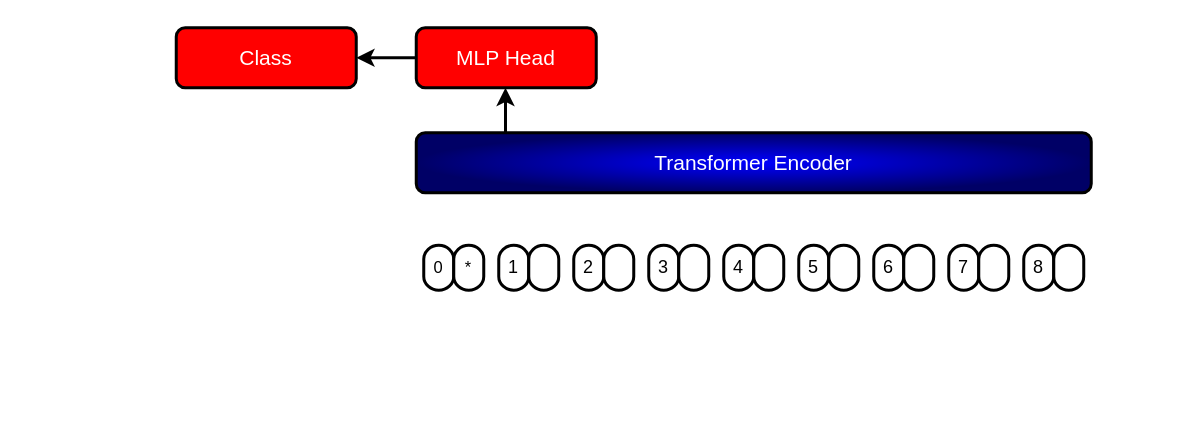
The draw.io diagram Microsopic Fungi.drawio in a3X3k/-Random-, before the edit. Source tidied: cells renumbered, new cells numbered last; positions are measured from the earlier drawing's top-left corner, leaving out a move shared by most shapes. Both pictures are drawn from the tidied source at 150%, with x=0, y=0 at pixel (176, 27).
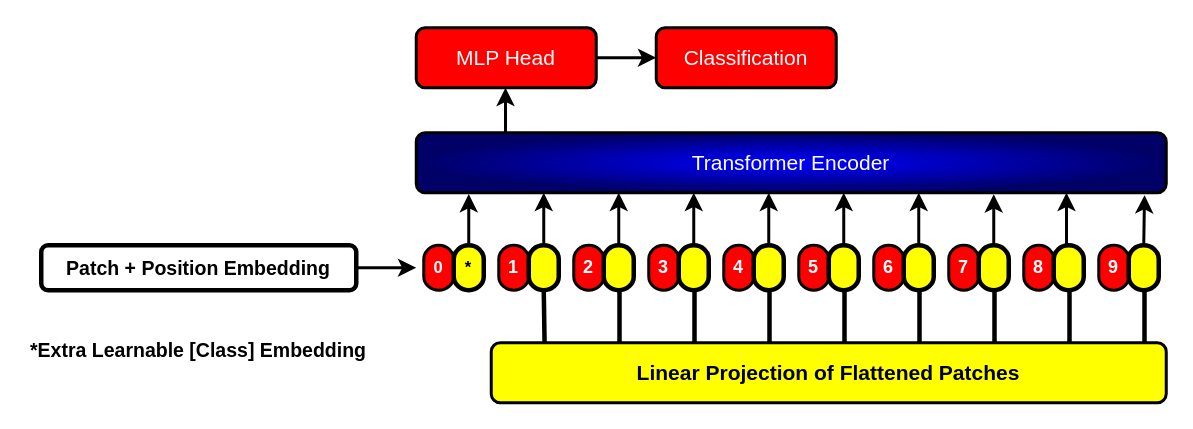
The same diagram, later.

Unchanged cells that the change refers to:
```xml
<mxCell id="5" value="MLP Head" style="rounded=1;whiteSpace=wrap;html=1;strokeWidth=2;fillColor=#FF0000;fontSize=14;glass=0;shadow=0;perimeterSpacing=0;fontColor=#FFFFFF;gradientColor=#FF0000;gradientDirection=radial;fontStyle=0;" parent="1" vertex="1">
  <mxGeometry x="160" width="120" height="40" as="geometry" />
</mxCell>
```

What changed in the source:
```diff
@@
     <mxCell id="2" value="Transformer Encoder" style="rounded=1;whiteSpace=wrap;html=1;strokeWidth=2;fillColor=#0000FF;fontSize=14;glass=0;shadow=0;perimeterSpacing=0;fontColor=#FFFFFF;gradientColor=#000066;gradientDirection=radial;fontStyle=0;" parent="1" vertex="1">
-      <mxGeometry x="160" y="70" width="450" height="40" as="geometry" />
+      <mxGeometry x="160" y="70" width="500" height="40" as="geometry" />
     </mxCell>
@@
-    <mxCell id="4" style="edgeStyle=orthogonalEdgeStyle;rounded=0;jettySize=auto;html=1;exitX=0;exitY=0.5;exitDx=0;exitDy=0;strokeWidth=2;" parent="1" edge="1" source="5">
-      <mxGeometry relative="1" as="geometry">
-        <mxPoint x="120" y="20" as="targetPoint" />
-      </mxGeometry>
-    </mxCell>
+    <mxCell id="25" style="edgeStyle=orthogonalEdgeStyle;rounded=0;jettySize=auto;html=1;exitX=1;exitY=0.5;exitDx=0;exitDy=0;strokeWidth=2;" parent="1" edge="1" source="5" target="6">
+      <mxGeometry relative="1" as="geometry" />
+    </mxCell>
@@
-    <mxCell id="6" value="Class" style="rounded=1;whiteSpace=wrap;html=1;strokeWidth=2;fillColor=#FF0000;fontSize=14;glass=0;shadow=0;perimeterSpacing=0;fontColor=#FFFFFF;gradientColor=none;gradientDirection=radial;fontStyle=0;" parent="1" vertex="1">
-      <mxGeometry width="120" height="40" as="geometry" />
+    <mxCell id="6" value="Classification" style="rounded=1;whiteSpace=wrap;html=1;strokeWidth=2;fillColor=#FF0000;fontSize=14;glass=0;shadow=0;perimeterSpacing=0;fontColor=#FFFFFF;gradientColor=none;gradientDirection=radial;fontStyle=0;" parent="1" vertex="1">
+      <mxGeometry x="320" width="120" height="40" as="geometry" />
     </mxCell>
-    <mxCell id="7" value="0" style="strokeWidth=2;html=1;shape=mxgraph.flowchart.terminator;whiteSpace=wrap;textDirection=ltr;horizontal=0;rotation=90;fontSize=11;" parent="1" vertex="1">
+    <mxCell id="7" value="0" style="strokeWidth=2;html=1;shape=mxgraph.flowchart.terminator;whiteSpace=wrap;textDirection=ltr;horizontal=0;rotation=90;fontSize=11;fillColor=#FF0000;fontColor=#FFFFFF;fontStyle=1;" parent="1" vertex="1">
       <mxGeometry x="160" y="150" width="30" height="20" as="geometry" />
     </mxCell>
-    <mxCell id="8" value="*" style="strokeWidth=2;html=1;shape=mxgraph.flowchart.terminator;whiteSpace=wrap;textDirection=ltr;horizontal=0;rotation=90;fontSize=11;" parent="1" vertex="1">
+    <mxCell id="8" value="*" style="strokeWidth=3;html=1;shape=mxgraph.flowchart.terminator;whiteSpace=wrap;textDirection=ltr;horizontal=0;rotation=90;fontSize=11;fillColor=#FFFF00;fontStyle=1;" parent="1" vertex="1">
       <mxGeometry x="180" y="150" width="30" height="20" as="geometry" />
     </mxCell>
-    <mxCell id="9" value="2" style="strokeWidth=2;html=1;shape=mxgraph.flowchart.terminator;whiteSpace=wrap;textDirection=ltr;horizontal=0;rotation=90;" parent="1" vertex="1">
+    <mxCell id="9" value="2" style="strokeWidth=2;html=1;shape=mxgraph.flowchart.terminator;whiteSpace=wrap;textDirection=ltr;horizontal=0;rotation=90;fillColor=#FF0000;fontColor=#FFFFFF;fontStyle=1;" parent="1" vertex="1">
       <mxGeometry x="260" y="150" width="30" height="20" as="geometry" />
     </mxCell>
-    <mxCell id="10" style="strokeWidth=2;html=1;shape=mxgraph.flowchart.terminator;whiteSpace=wrap;textDirection=ltr;horizontal=0;rotation=90;" parent="1" vertex="1">
+    <mxCell id="10" style="strokeWidth=3;html=1;shape=mxgraph.flowchart.terminator;whiteSpace=wrap;textDirection=ltr;horizontal=0;rotation=90;fillColor=#FFFF00;fontStyle=1;" parent="1" vertex="1">
       <mxGeometry x="280" y="150" width="30" height="20" as="geometry" />
     </mxCell>
-    <mxCell id="11" value="3" style="strokeWidth=2;html=1;shape=mxgraph.flowchart.terminator;whiteSpace=wrap;textDirection=ltr;horizontal=0;rotation=90;" parent="1" vertex="1">
+    <mxCell id="11" value="3" style="strokeWidth=2;html=1;shape=mxgraph.flowchart.terminator;whiteSpace=wrap;textDirection=ltr;horizontal=0;rotation=90;fillColor=#FF0000;fontColor=#FFFFFF;fontStyle=1;" parent="1" vertex="1">
       <mxGeometry x="310" y="150" width="30" height="20" as="geometry" />
     </mxCell>
-    <mxCell id="12" style="strokeWidth=2;html=1;shape=mxgraph.flowchart.terminator;whiteSpace=wrap;textDirection=ltr;horizontal=0;rotation=90;" parent="1" vertex="1">
+    <mxCell id="12" style="strokeWidth=3;html=1;shape=mxgraph.flowchart.terminator;whiteSpace=wrap;textDirection=ltr;horizontal=0;rotation=90;fillColor=#FFFF00;fontStyle=1;" parent="1" vertex="1">
       <mxGeometry x="330" y="150" width="30" height="20" as="geometry" />
     </mxCell>
-    <mxCell id="13" value="1" style="strokeWidth=2;html=1;shape=mxgraph.flowchart.terminator;whiteSpace=wrap;textDirection=ltr;horizontal=0;rotation=90;" parent="1" vertex="1">
+    <mxCell id="13" value="1" style="strokeWidth=2;html=1;shape=mxgraph.flowchart.terminator;whiteSpace=wrap;textDirection=ltr;horizontal=0;rotation=90;fillColor=#FF0000;fontColor=#FFFFFF;fontStyle=1;" parent="1" vertex="1">
       <mxGeometry x="210" y="150" width="30" height="20" as="geometry" />
     </mxCell>
-    <mxCell id="14" style="strokeWidth=2;html=1;shape=mxgraph.flowchart.terminator;whiteSpace=wrap;textDirection=ltr;horizontal=0;rotation=90;" parent="1" vertex="1">
+    <mxCell id="14" style="strokeWidth=3;html=1;shape=mxgraph.flowchart.terminator;whiteSpace=wrap;textDirection=ltr;horizontal=0;rotation=90;fillColor=#FFFF00;fontStyle=1;" parent="1" vertex="1">
       <mxGeometry x="230" y="150" width="30" height="20" as="geometry" />
     </mxCell>
-    <mxCell id="15" value="4" style="strokeWidth=2;html=1;shape=mxgraph.flowchart.terminator;whiteSpace=wrap;textDirection=ltr;horizontal=0;rotation=90;" parent="1" vertex="1">
+    <mxCell id="15" value="4" style="strokeWidth=2;html=1;shape=mxgraph.flowchart.terminator;whiteSpace=wrap;textDirection=ltr;horizontal=0;rotation=90;fillColor=#FF0000;fontColor=#FFFFFF;fontStyle=1;" parent="1" vertex="1">
       <mxGeometry x="360" y="150" width="30" height="20" as="geometry" />
     </mxCell>
-    <mxCell id="16" style="strokeWidth=2;html=1;shape=mxgraph.flowchart.terminator;whiteSpace=wrap;textDirection=ltr;horizontal=0;rotation=90;" parent="1" vertex="1">
+    <mxCell id="16" style="strokeWidth=3;html=1;shape=mxgraph.flowchart.terminator;whiteSpace=wrap;textDirection=ltr;horizontal=0;rotation=90;fillColor=#FFFF00;fontStyle=1;" parent="1" vertex="1">
       <mxGeometry x="380" y="150" width="30" height="20" as="geometry" />
     </mxCell>
-    <mxCell id="17" value="6" style="strokeWidth=2;html=1;shape=mxgraph.flowchart.terminator;whiteSpace=wrap;textDirection=ltr;horizontal=0;rotation=90;" parent="1" vertex="1">
+    <mxCell id="17" value="6" style="strokeWidth=2;html=1;shape=mxgraph.flowchart.terminator;whiteSpace=wrap;textDirection=ltr;horizontal=0;rotation=90;fillColor=#FF0000;fontColor=#FFFFFF;fontStyle=1;" parent="1" vertex="1">
       <mxGeometry x="460" y="150" width="30" height="20" as="geometry" />
     </mxCell>
-    <mxCell id="18" style="strokeWidth=2;html=1;shape=mxgraph.flowchart.terminator;whiteSpace=wrap;textDirection=ltr;horizontal=0;rotation=90;" parent="1" vertex="1">
+    <mxCell id="18" style="strokeWidth=3;html=1;shape=mxgraph.flowchart.terminator;whiteSpace=wrap;textDirection=ltr;horizontal=0;rotation=90;fillColor=#FFFF00;fontStyle=1;" parent="1" vertex="1">
       <mxGeometry x="480" y="150" width="30" height="20" as="geometry" />
     </mxCell>
-    <mxCell id="19" value="7" style="strokeWidth=2;html=1;shape=mxgraph.flowchart.terminator;whiteSpace=wrap;textDirection=ltr;horizontal=0;rotation=90;" parent="1" vertex="1">
+    <mxCell id="19" value="7" style="strokeWidth=2;html=1;shape=mxgraph.flowchart.terminator;whiteSpace=wrap;textDirection=ltr;horizontal=0;rotation=90;fillColor=#FF0000;fontColor=#FFFFFF;fontStyle=1;" parent="1" vertex="1">
       <mxGeometry x="510" y="150" width="30" height="20" as="geometry" />
     </mxCell>
-    <mxCell id="20" style="strokeWidth=2;html=1;shape=mxgraph.flowchart.terminator;whiteSpace=wrap;textDirection=ltr;horizontal=0;rotation=90;" parent="1" vertex="1">
+    <mxCell id="20" style="strokeWidth=3;html=1;shape=mxgraph.flowchart.terminator;whiteSpace=wrap;textDirection=ltr;horizontal=0;rotation=90;fillColor=#FFFF00;fontStyle=1;" parent="1" vertex="1">
       <mxGeometry x="530" y="150" width="30" height="20" as="geometry" />
     </mxCell>
-    <mxCell id="21" value="5" style="strokeWidth=2;html=1;shape=mxgraph.flowchart.terminator;whiteSpace=wrap;textDirection=ltr;horizontal=0;rotation=90;" parent="1" vertex="1">
+    <mxCell id="21" value="5" style="strokeWidth=2;html=1;shape=mxgraph.flowchart.terminator;whiteSpace=wrap;textDirection=ltr;horizontal=0;rotation=90;fillColor=#FF0000;fontColor=#FFFFFF;fontStyle=1;" parent="1" vertex="1">
       <mxGeometry x="410" y="150" width="30" height="20" as="geometry" />
     </mxCell>
-    <mxCell id="22" style="strokeWidth=2;html=1;shape=mxgraph.flowchart.terminator;whiteSpace=wrap;textDirection=ltr;horizontal=0;rotation=90;" parent="1" vertex="1">
+    <mxCell id="22" style="strokeWidth=3;html=1;shape=mxgraph.flowchart.terminator;whiteSpace=wrap;textDirection=ltr;horizontal=0;rotation=90;fillColor=#FFFF00;fontStyle=1;" parent="1" vertex="1">
       <mxGeometry x="430" y="150" width="30" height="20" as="geometry" />
     </mxCell>
-    <mxCell id="23" value="8" style="strokeWidth=2;html=1;shape=mxgraph.flowchart.terminator;whiteSpace=wrap;textDirection=ltr;horizontal=0;rotation=90;" parent="1" vertex="1">
+    <mxCell id="23" value="8" style="strokeWidth=2;html=1;shape=mxgraph.flowchart.terminator;whiteSpace=wrap;textDirection=ltr;horizontal=0;rotation=90;fillColor=#FF0000;fontColor=#FFFFFF;fontStyle=1;" parent="1" vertex="1">
       <mxGeometry x="560" y="150" width="30" height="20" as="geometry" />
     </mxCell>
-    <mxCell id="24" style="strokeWidth=2;html=1;shape=mxgraph.flowchart.terminator;whiteSpace=wrap;textDirection=ltr;horizontal=0;rotation=90;" parent="1" vertex="1">
+    <mxCell id="24" style="strokeWidth=3;html=1;shape=mxgraph.flowchart.terminator;whiteSpace=wrap;textDirection=ltr;horizontal=0;rotation=90;fillColor=#FFFF00;fontStyle=1;" parent="1" vertex="1">
       <mxGeometry x="580" y="150" width="30" height="20" as="geometry" />
     </mxCell>
+    <mxCell id="26" value="9" style="strokeWidth=2;html=1;shape=mxgraph.flowchart.terminator;whiteSpace=wrap;textDirection=ltr;horizontal=0;rotation=90;fillColor=#FF0000;fontColor=#FFFFFF;fontStyle=1;" parent="1" vertex="1">
+      <mxGeometry x="610" y="150" width="30" height="20" as="geometry" />
+    </mxCell>
+    <mxCell id="27" style="strokeWidth=3;html=1;shape=mxgraph.flowchart.terminator;whiteSpace=wrap;textDirection=ltr;horizontal=0;rotation=90;fillColor=#FFFF00;fontStyle=1;" parent="1" vertex="1">
+      <mxGeometry x="630" y="150" width="30" height="20" as="geometry" />
+    </mxCell>
+    <mxCell id="28" value="Linear Projection of Flattened Patches" style="rounded=1;whiteSpace=wrap;html=1;strokeWidth=2;fillColor=#FFFF00;fontSize=14;glass=0;shadow=0;perimeterSpacing=0;fontColor=#000000;gradientColor=none;gradientDirection=radial;fontStyle=1;" parent="1" vertex="1">
+      <mxGeometry x="210" y="210" width="450" height="40" as="geometry" />
+    </mxCell>
+    <mxCell id="29" style="edgeStyle=orthogonalEdgeStyle;rounded=0;jettySize=auto;html=1;exitX=1;exitY=0.5;exitDx=0;exitDy=0;exitPerimeter=0;entryX=0.079;entryY=0.01;entryDx=0;entryDy=0;entryPerimeter=0;endArrow=none;endFill=0;strokeWidth=3;" parent="1" edge="1" source="14" target="28">
+      <mxGeometry relative="1" as="geometry" />
+    </mxCell>
+    <mxCell id="30" style="edgeStyle=orthogonalEdgeStyle;rounded=0;orthogonalLoop=1;jettySize=auto;html=1;exitX=1;exitY=0.5;exitDx=0;exitDy=0;exitPerimeter=0;entryX=0.079;entryY=0.01;entryDx=0;entryDy=0;entryPerimeter=0;endArrow=none;endFill=0;strokeWidth=3;" parent="1" edge="1">
+      <mxGeometry relative="1" as="geometry">
+        <mxPoint x="294.5" y="175" as="sourcePoint" />
+        <mxPoint x="295.5" y="210" as="targetPoint" />
+      </mxGeometry>
+    </mxCell>
+    <mxCell id="31" style="edgeStyle=orthogonalEdgeStyle;rounded=0;orthogonalLoop=1;jettySize=auto;html=1;exitX=1;exitY=0.5;exitDx=0;exitDy=0;exitPerimeter=0;entryX=0.079;entryY=0.01;entryDx=0;entryDy=0;entryPerimeter=0;endArrow=none;endFill=0;strokeWidth=3;" parent="1" edge="1">
+      <mxGeometry relative="1" as="geometry">
+        <mxPoint x="344.5" y="175" as="sourcePoint" />
+        <mxPoint x="345.5" y="210" as="targetPoint" />
+      </mxGeometry>
+    </mxCell>
+    <mxCell id="32" style="edgeStyle=orthogonalEdgeStyle;rounded=0;orthogonalLoop=1;jettySize=auto;html=1;exitX=1;exitY=0.5;exitDx=0;exitDy=0;exitPerimeter=0;entryX=0.079;entryY=0.01;entryDx=0;entryDy=0;entryPerimeter=0;endArrow=none;endFill=0;strokeWidth=3;" parent="1" edge="1">
+      <mxGeometry relative="1" as="geometry">
+        <mxPoint x="394.5" y="175" as="sourcePoint" />
+        <mxPoint x="395.5" y="210" as="targetPoint" />
+      </mxGeometry>
+    </mxCell>
+    <mxCell id="33" style="edgeStyle=orthogonalEdgeStyle;rounded=0;orthogonalLoop=1;jettySize=auto;html=1;exitX=1;exitY=0.5;exitDx=0;exitDy=0;exitPerimeter=0;entryX=0.079;entryY=0.01;entryDx=0;entryDy=0;entryPerimeter=0;endArrow=none;endFill=0;strokeWidth=3;" parent="1" edge="1">
+      <mxGeometry relative="1" as="geometry">
+        <mxPoint x="644.5" y="175" as="sourcePoint" />
+        <mxPoint x="645.5" y="210" as="targetPoint" />
+      </mxGeometry>
+    </mxCell>
+    <mxCell id="34" style="edgeStyle=orthogonalEdgeStyle;rounded=0;orthogonalLoop=1;jettySize=auto;html=1;exitX=1;exitY=0.5;exitDx=0;exitDy=0;exitPerimeter=0;entryX=0.079;entryY=0.01;entryDx=0;entryDy=0;entryPerimeter=0;endArrow=none;endFill=0;strokeWidth=3;" parent="1" edge="1">
+      <mxGeometry relative="1" as="geometry">
+        <mxPoint x="594.5" y="175" as="sourcePoint" />
+        <mxPoint x="595.5" y="210" as="targetPoint" />
+      </mxGeometry>
+    </mxCell>
+    <mxCell id="35" style="edgeStyle=orthogonalEdgeStyle;rounded=0;orthogonalLoop=1;jettySize=auto;html=1;exitX=1;exitY=0.5;exitDx=0;exitDy=0;exitPerimeter=0;entryX=0.079;entryY=0.01;entryDx=0;entryDy=0;entryPerimeter=0;endArrow=none;endFill=0;strokeWidth=3;" parent="1" edge="1">
+      <mxGeometry relative="1" as="geometry">
+        <mxPoint x="544.5" y="175" as="sourcePoint" />
+        <mxPoint x="545.5" y="210" as="targetPoint" />
+      </mxGeometry>
+    </mxCell>
+    <mxCell id="36" style="edgeStyle=orthogonalEdgeStyle;rounded=0;orthogonalLoop=1;jettySize=auto;html=1;exitX=1;exitY=0.5;exitDx=0;exitDy=0;exitPerimeter=0;entryX=0.079;entryY=0.01;entryDx=0;entryDy=0;entryPerimeter=0;endArrow=none;endFill=0;strokeWidth=3;" parent="1" edge="1">
+      <mxGeometry relative="1" as="geometry">
+        <mxPoint x="494.5" y="175" as="sourcePoint" />
+        <mxPoint x="495.5" y="210" as="targetPoint" />
+      </mxGeometry>
+    </mxCell>
+    <mxCell id="37" style="edgeStyle=orthogonalEdgeStyle;rounded=0;orthogonalLoop=1;jettySize=auto;html=1;exitX=1;exitY=0.5;exitDx=0;exitDy=0;exitPerimeter=0;entryX=0.079;entryY=0.01;entryDx=0;entryDy=0;entryPerimeter=0;endArrow=none;endFill=0;strokeWidth=3;" parent="1" edge="1">
+      <mxGeometry relative="1" as="geometry">
+        <mxPoint x="444.5" y="175" as="sourcePoint" />
+        <mxPoint x="445.5" y="210" as="targetPoint" />
+      </mxGeometry>
+    </mxCell>
+    <mxCell id="38" style="edgeStyle=orthogonalEdgeStyle;rounded=0;jettySize=auto;html=1;exitX=0;exitY=0.5;exitDx=0;exitDy=0;exitPerimeter=0;entryX=0.07;entryY=1.02;entryDx=0;entryDy=0;entryPerimeter=0;strokeWidth=2;" parent="1" edge="1" source="8" target="2">
+      <mxGeometry relative="1" as="geometry" />
+    </mxCell>
+    <mxCell id="39" style="edgeStyle=orthogonalEdgeStyle;rounded=0;jettySize=auto;html=1;exitX=0;exitY=0.5;exitDx=0;exitDy=0;exitPerimeter=0;entryX=0.37;entryY=1;entryDx=0;entryDy=0;entryPerimeter=0;strokeWidth=2;" parent="1" edge="1" source="12" target="2">
+      <mxGeometry relative="1" as="geometry" />
+    </mxCell>
+    <mxCell id="40" style="edgeStyle=orthogonalEdgeStyle;rounded=0;jettySize=auto;html=1;exitX=0;exitY=0.5;exitDx=0;exitDy=0;exitPerimeter=0;entryX=0.57;entryY=1;entryDx=0;entryDy=0;entryPerimeter=0;strokeWidth=2;" parent="1" edge="1" source="22" target="2">
+      <mxGeometry relative="1" as="geometry" />
+    </mxCell>
+    <mxCell id="41" style="edgeStyle=orthogonalEdgeStyle;rounded=0;jettySize=auto;html=1;exitX=0;exitY=0.5;exitDx=0;exitDy=0;exitPerimeter=0;entryX=0.971;entryY=1.04;entryDx=0;entryDy=0;entryPerimeter=0;strokeWidth=2;" parent="1" edge="1" source="27" target="2">
+      <mxGeometry relative="1" as="geometry" />
+    </mxCell>
+    <mxCell id="42" style="edgeStyle=orthogonalEdgeStyle;rounded=0;jettySize=auto;html=1;exitX=0;exitY=0.5;exitDx=0;exitDy=0;exitPerimeter=0;entryX=0.17;entryY=1;entryDx=0;entryDy=0;entryPerimeter=0;strokeWidth=2;" parent="1" edge="1" source="14" target="2">
+      <mxGeometry relative="1" as="geometry" />
+    </mxCell>
+    <mxCell id="43" style="edgeStyle=orthogonalEdgeStyle;rounded=0;jettySize=auto;html=1;exitX=0;exitY=0.5;exitDx=0;exitDy=0;exitPerimeter=0;entryX=0.27;entryY=1;entryDx=0;entryDy=0;entryPerimeter=0;strokeWidth=2;" parent="1" edge="1" source="10" target="2">
+      <mxGeometry relative="1" as="geometry" />
+    </mxCell>
+    <mxCell id="44" style="edgeStyle=orthogonalEdgeStyle;rounded=0;jettySize=auto;html=1;exitX=0;exitY=0.5;exitDx=0;exitDy=0;exitPerimeter=0;entryX=0.67;entryY=1;entryDx=0;entryDy=0;entryPerimeter=0;strokeWidth=2;" parent="1" edge="1" source="18" target="2">
+      <mxGeometry relative="1" as="geometry" />
+    </mxCell>
+    <mxCell id="45" style="edgeStyle=orthogonalEdgeStyle;rounded=0;jettySize=auto;html=1;exitX=0;exitY=0.5;exitDx=0;exitDy=0;exitPerimeter=0;strokeWidth=2;" parent="1" edge="1" source="16">
+      <mxGeometry relative="1" as="geometry">
+        <mxPoint x="395" y="110" as="targetPoint" />
+      </mxGeometry>
+    </mxCell>
+    <mxCell id="46" style="edgeStyle=orthogonalEdgeStyle;rounded=0;jettySize=auto;html=1;exitX=0;exitY=0.5;exitDx=0;exitDy=0;exitPerimeter=0;entryX=0.77;entryY=1.026;entryDx=0;entryDy=0;entryPerimeter=0;strokeWidth=2;" parent="1" edge="1" source="20" target="2">
+      <mxGeometry relative="1" as="geometry" />
+    </mxCell>
+    <mxCell id="47" style="edgeStyle=orthogonalEdgeStyle;rounded=0;jettySize=auto;html=1;exitX=0;exitY=0.5;exitDx=0;exitDy=0;exitPerimeter=0;entryX=0.867;entryY=1;entryDx=0;entryDy=0;entryPerimeter=0;strokeWidth=2;" parent="1" edge="1" source="24" target="2">
+      <mxGeometry relative="1" as="geometry" />
+    </mxCell>
+    <mxCell id="48" style="edgeStyle=orthogonalEdgeStyle;rounded=0;jettySize=auto;html=1;exitX=1;exitY=0.5;exitDx=0;exitDy=0;strokeWidth=2;" parent="1" edge="1" source="49">
+      <mxGeometry relative="1" as="geometry">
+        <mxPoint x="160" y="160" as="targetPoint" />
+      </mxGeometry>
+    </mxCell>
+    <mxCell id="49" value="Patch + Position Embedding" style="text;html=1;strokeColor=default;fillColor=none;align=center;verticalAlign=middle;whiteSpace=wrap;rounded=1;fontStyle=1;strokeWidth=3;fontSize=13;" parent="1" vertex="1">
+      <mxGeometry x="-90" y="145" width="210" height="30" as="geometry" />
+    </mxCell>
+    <mxCell id="50" value="*Extra Learnable [Class] Embedding" style="text;html=1;strokeColor=none;fillColor=none;align=center;verticalAlign=middle;whiteSpace=wrap;rounded=1;fontStyle=1;strokeWidth=3;fontSize=13;" parent="1" vertex="1">
+      <mxGeometry x="-100" y="200" width="230" height="30" as="geometry" />
+    </mxCell>
```
